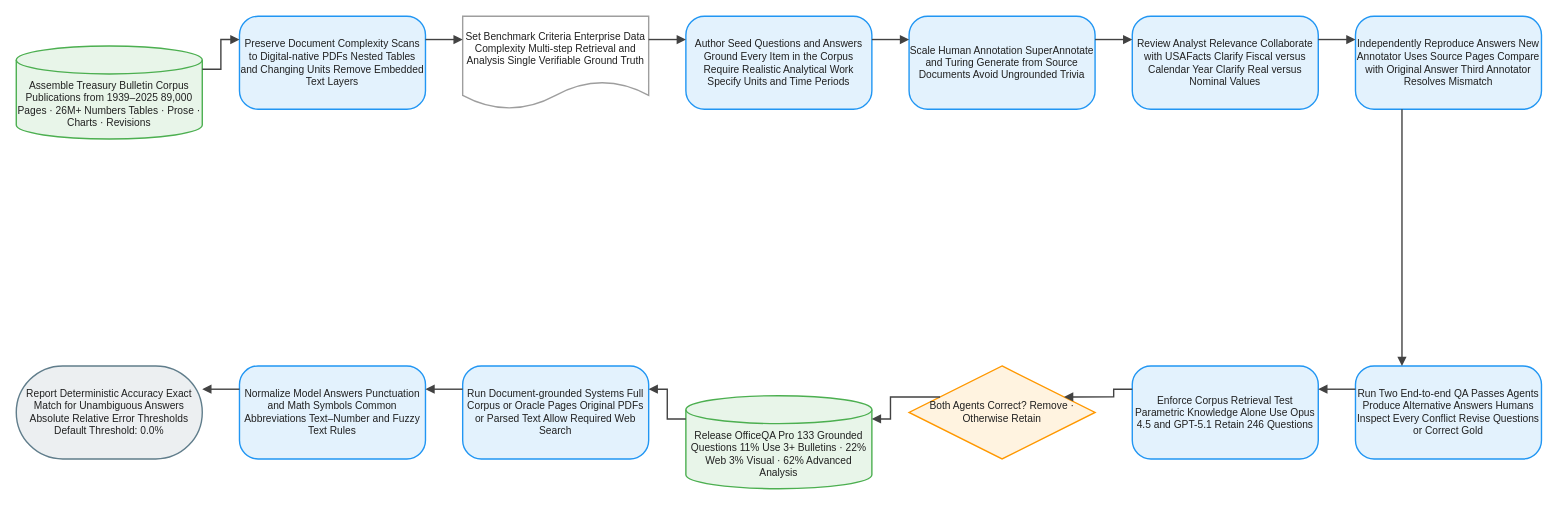
This is client/public/drawio/OfficeQA_Pro/OfficeQA_Pro.en.drawio from joe1chief/benchmark-hub, a draw.io file, before an edit. Source tidied: cells renumbered, new cells numbered last; positions are measured from the earlier drawing's top-left corner, leaving out a move shared by most shapes. Both pictures are drawn from the tidied source at 93%, with x=0, y=0 at pixel (16, 16).
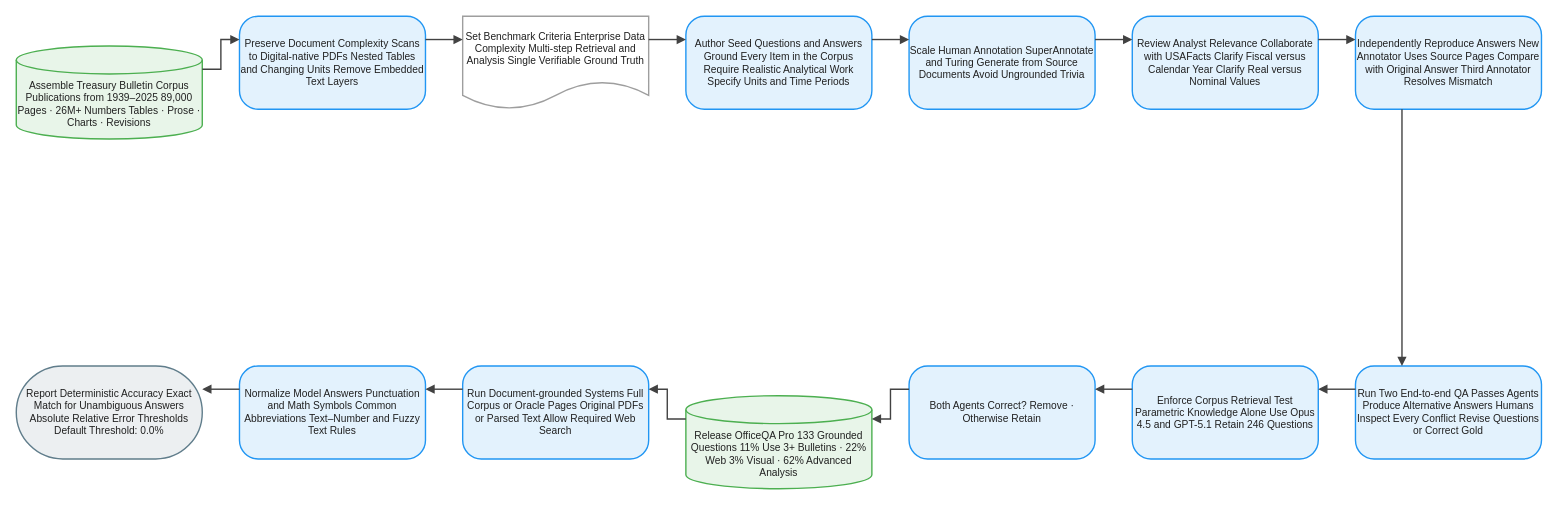
Above is the later version.

The edit, as a diff of the source:
```diff
@@
-    <mxCell id="11" value="Both Agents Correct? Remove · Otherwise Retain" style="rhombus;html=1;whiteSpace=wrap;fillColor=#FFF3E0;strokeColor=#FF9800;strokeWidth=1.5;fontColor=#212121;fontSize=11;fontFamily=Arial, Helvetica, sans-serif;verticalAlign=middle;align=center;" parent="1" vertex="1">
+    <mxCell id="11" value="Both Agents Correct? Remove · Otherwise Retain" style="rounded=1;arcSize=20;html=1;whiteSpace=wrap;fillColor=#E3F2FD;strokeColor=#2196F3;strokeWidth=1.5;fontColor=#212121;fontSize=11;fontFamily=Arial, Helvetica, sans-serif;verticalAlign=middle;align=center;" parent="1" vertex="1">
       <mxGeometry x="960" y="376" width="200" height="100" as="geometry" />
     </mxCell>
```
